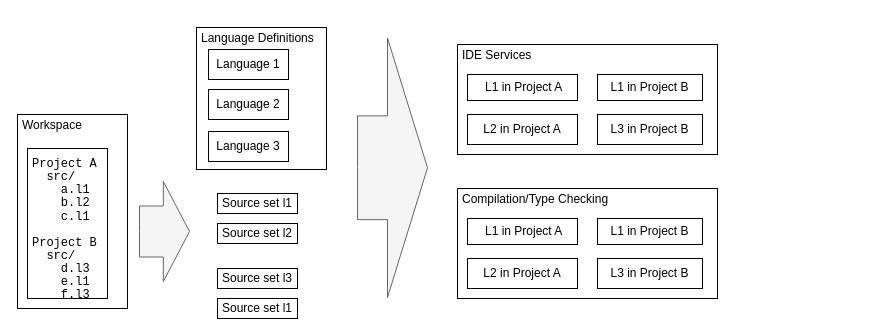
This is page "Current project - style 2" (11 of 13) of Spoofax3 Diagrams.drawio from AZWN/Spoofax-pie-diagrams, a draw.io file, before an edit. Source tidied: cells renumbered, new cells numbered last; positions are measured from the earlier drawing's top-left corner, leaving out a move shared by most shapes. Both pictures are drawn from the tidied source at 100%, with x=0, y=0 at pixel (17, 27).
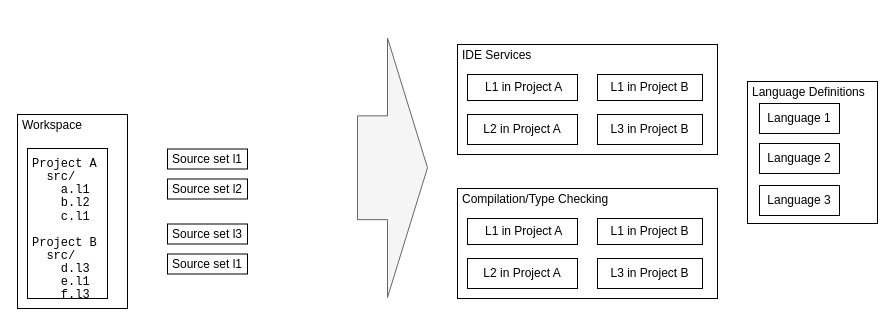
The same diagram, later.

What changed in the source:
```diff
@@
     <mxCell id="3" value="&lt;div&gt;&lt;br&gt;&lt;/div&gt;&lt;div&gt;Language Definitions&lt;br&gt;&lt;/div&gt;" style="text;html=1;fillColor=none;spacing=5;spacingTop=-20;whiteSpace=wrap;overflow=hidden;rounded=0;strokeColor=#000000;" parent="1" vertex="1">
-      <mxGeometry x="179" width="130" height="142" as="geometry" />
+      <mxGeometry x="730" y="54" width="130" height="142" as="geometry" />
     </mxCell>
@@
     <mxCell id="5" value="Language 1" style="rounded=0;whiteSpace=wrap;html=1;strokeColor=#000000;" parent="1" vertex="1">
-      <mxGeometry x="191" y="22" width="80" height="30" as="geometry" />
+      <mxGeometry x="742" y="76" width="80" height="30" as="geometry" />
     </mxCell>
     <mxCell id="6" value="Language 3" style="rounded=0;whiteSpace=wrap;html=1;strokeColor=#000000;" parent="1" vertex="1">
-      <mxGeometry x="191" y="104" width="80" height="30" as="geometry" />
+      <mxGeometry x="742" y="158" width="80" height="30" as="geometry" />
     </mxCell>
     <mxCell id="7" value="Source set l1" style="rounded=0;whiteSpace=wrap;html=1;strokeColor=#000000;" parent="1" vertex="1">
-      <mxGeometry x="200" y="166" width="80" height="20" as="geometry" />
+      <mxGeometry x="150" y="121.5" width="80" height="20" as="geometry" />
     </mxCell>
     <mxCell id="8" value="Source set l2" style="rounded=0;whiteSpace=wrap;html=1;strokeColor=#000000;" parent="1" vertex="1">
-      <mxGeometry x="200" y="196" width="80" height="20" as="geometry" />
+      <mxGeometry x="150" y="151.5" width="80" height="20" as="geometry" />
     </mxCell>
     <mxCell id="9" value="Source set l3" style="rounded=0;whiteSpace=wrap;html=1;strokeColor=#000000;" parent="1" vertex="1">
-      <mxGeometry x="200" y="241" width="80" height="20" as="geometry" />
+      <mxGeometry x="150" y="196.5" width="80" height="20" as="geometry" />
     </mxCell>
     <mxCell id="10" value="Source set l1" style="rounded=0;whiteSpace=wrap;html=1;strokeColor=#000000;" parent="1" vertex="1">
-      <mxGeometry x="200" y="271" width="80" height="20" as="geometry" />
+      <mxGeometry x="150" y="226.5" width="80" height="20" as="geometry" />
     </mxCell>
@@
-    <mxCell id="16" style="html=1;shadow=0;dashed=0;align=center;verticalAlign=middle;shape=mxgraph.arrows2.arrow;dy=0.49;dx=26.17;notch=0;strokeColor=#666666;fillColor=#f5f5f5;fontColor=#333333;" parent="1" vertex="1">
-      <mxGeometry x="122" y="154" width="50" height="100" as="geometry" />
-    </mxCell>
     <mxCell id="17" value="Language 2" style="rounded=0;whiteSpace=wrap;html=1;strokeColor=#000000;" parent="1" vertex="1">
-      <mxGeometry x="191" y="62" width="80" height="30" as="geometry" />
+      <mxGeometry x="742" y="116" width="80" height="30" as="geometry" />
     </mxCell>
```
